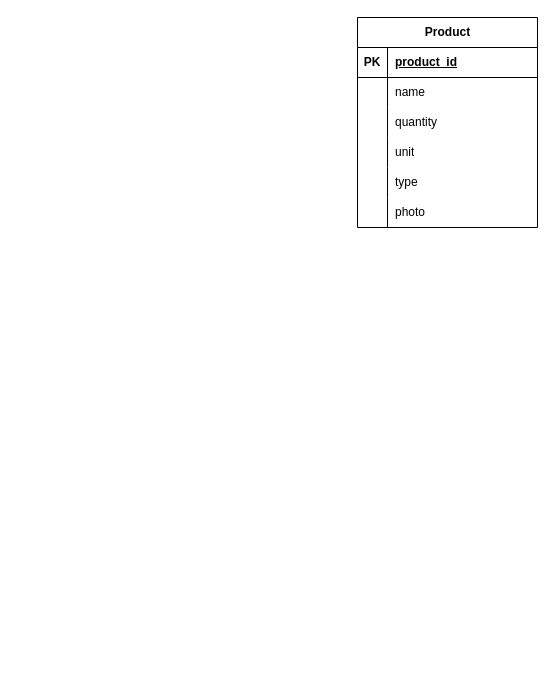
Earlier version of the draw.io diagram ERD_Lumbungku.drawio (hashifaq/Lumbungku). Source tidied: cells renumbered, new cells numbered last; positions are measured from the earlier drawing's top-left corner, leaving out a move shared by most shapes. Both pictures are drawn from the tidied source at 100%, with x=0, y=0 at pixel (357, 17).
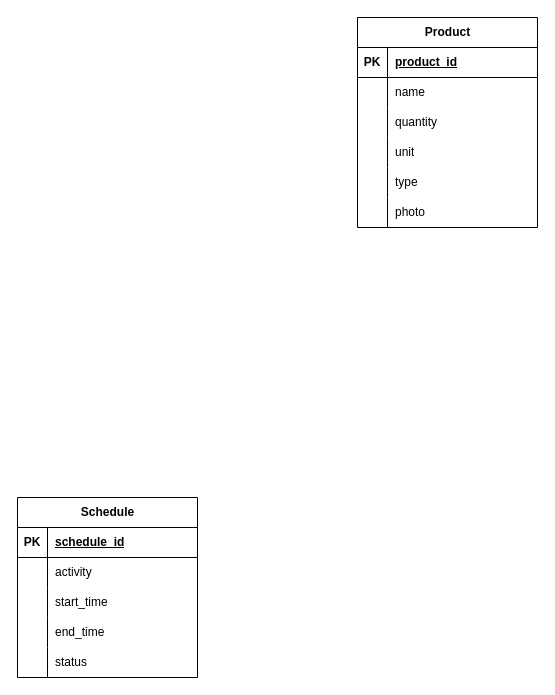
The same diagram, later.

Commit message:
Menambahkan entity schedule pada ERD

What changed in the source:
```diff
@@
+    <mxCell id="21" value="Schedule" style="shape=table;startSize=30;childLayout=tableLayout;rowLines=0;fontStyle=1;align=center;html=1;" parent="1" vertex="1">
+      <mxGeometry x="-340" y="480" width="180" height="180" as="geometry" />
+    </mxCell>
+    <mxCell id="22" style="shape=tableRow;horizontal=0;startSize=0;swimlaneHead=0;swimlaneBody=0;fillColor=none;top=0;left=0;right=0;bottom=1;" parent="21" vertex="1">
+      <mxGeometry y="30" width="180" height="30" as="geometry" />
+    </mxCell>
+    <mxCell id="23" value="PK" style="shape=partialRectangle;fillColor=none;top=0;left=0;bottom=0;right=0;fontStyle=1;overflow=hidden;whiteSpace=wrap;html=1;" parent="22" vertex="1">
+      <mxGeometry width="30" height="30" as="geometry" />
+    </mxCell>
+    <mxCell id="24" value="schedule_id" style="shape=partialRectangle;fillColor=none;top=0;left=0;bottom=0;right=0;align=left;spacingLeft=6;fontStyle=5;overflow=hidden;whiteSpace=wrap;html=1;" parent="22" vertex="1">
+      <mxGeometry x="30" width="150" height="30" as="geometry" />
+    </mxCell>
+    <mxCell id="25" style="shape=tableRow;horizontal=0;startSize=0;swimlaneHead=0;swimlaneBody=0;fillColor=none;top=0;left=0;right=0;bottom=0;" parent="21" vertex="1">
+      <mxGeometry y="60" width="180" height="30" as="geometry" />
+    </mxCell>
+    <mxCell id="26" style="shape=partialRectangle;fillColor=none;top=0;left=0;bottom=0;right=0;overflow=hidden;whiteSpace=wrap;html=1;" parent="25" vertex="1">
+      <mxGeometry width="30" height="30" as="geometry" />
+    </mxCell>
+    <mxCell id="27" value="activity" style="shape=partialRectangle;fillColor=none;top=0;left=0;bottom=0;right=0;align=left;spacingLeft=6;overflow=hidden;whiteSpace=wrap;html=1;" parent="25" vertex="1">
+      <mxGeometry x="30" width="150" height="30" as="geometry" />
+    </mxCell>
+    <mxCell id="28" style="shape=tableRow;horizontal=0;startSize=0;swimlaneHead=0;swimlaneBody=0;fillColor=none;top=0;left=0;right=0;bottom=0;" parent="21" vertex="1">
+      <mxGeometry y="90" width="180" height="30" as="geometry" />
+    </mxCell>
+    <mxCell id="29" style="shape=partialRectangle;fillColor=none;top=0;left=0;bottom=0;right=0;overflow=hidden;whiteSpace=wrap;html=1;" parent="28" vertex="1">
+      <mxGeometry width="30" height="30" as="geometry" />
+    </mxCell>
+    <mxCell id="30" value="start_time" style="shape=partialRectangle;fillColor=none;top=0;left=0;bottom=0;right=0;align=left;spacingLeft=6;overflow=hidden;whiteSpace=wrap;html=1;" parent="28" vertex="1">
+      <mxGeometry x="30" width="150" height="30" as="geometry" />
+    </mxCell>
+    <mxCell id="31" style="shape=tableRow;horizontal=0;startSize=0;swimlaneHead=0;swimlaneBody=0;fillColor=none;top=0;left=0;right=0;bottom=0;" parent="21" vertex="1">
+      <mxGeometry y="120" width="180" height="30" as="geometry" />
+    </mxCell>
+    <mxCell id="32" style="shape=partialRectangle;fillColor=none;top=0;left=0;bottom=0;right=0;overflow=hidden;whiteSpace=wrap;html=1;" parent="31" vertex="1">
+      <mxGeometry width="30" height="30" as="geometry" />
+    </mxCell>
+    <mxCell id="33" value="end_time" style="shape=partialRectangle;fillColor=none;top=0;left=0;bottom=0;right=0;align=left;spacingLeft=6;overflow=hidden;whiteSpace=wrap;html=1;" parent="31" vertex="1">
+      <mxGeometry x="30" width="150" height="30" as="geometry" />
+    </mxCell>
+    <mxCell id="34" style="shape=tableRow;horizontal=0;startSize=0;swimlaneHead=0;swimlaneBody=0;fillColor=none;top=0;left=0;right=0;bottom=0;" parent="21" vertex="1">
+      <mxGeometry y="150" width="180" height="30" as="geometry" />
+    </mxCell>
+    <mxCell id="35" style="shape=partialRectangle;fillColor=none;top=0;left=0;bottom=0;right=0;overflow=hidden;whiteSpace=wrap;html=1;" parent="34" vertex="1">
+      <mxGeometry width="30" height="30" as="geometry" />
+    </mxCell>
+    <mxCell id="36" value="status" style="shape=partialRectangle;fillColor=none;top=0;left=0;bottom=0;right=0;align=left;spacingLeft=6;overflow=hidden;whiteSpace=wrap;html=1;" parent="34" vertex="1">
+      <mxGeometry x="30" width="150" height="30" as="geometry" />
+    </mxCell>
```
